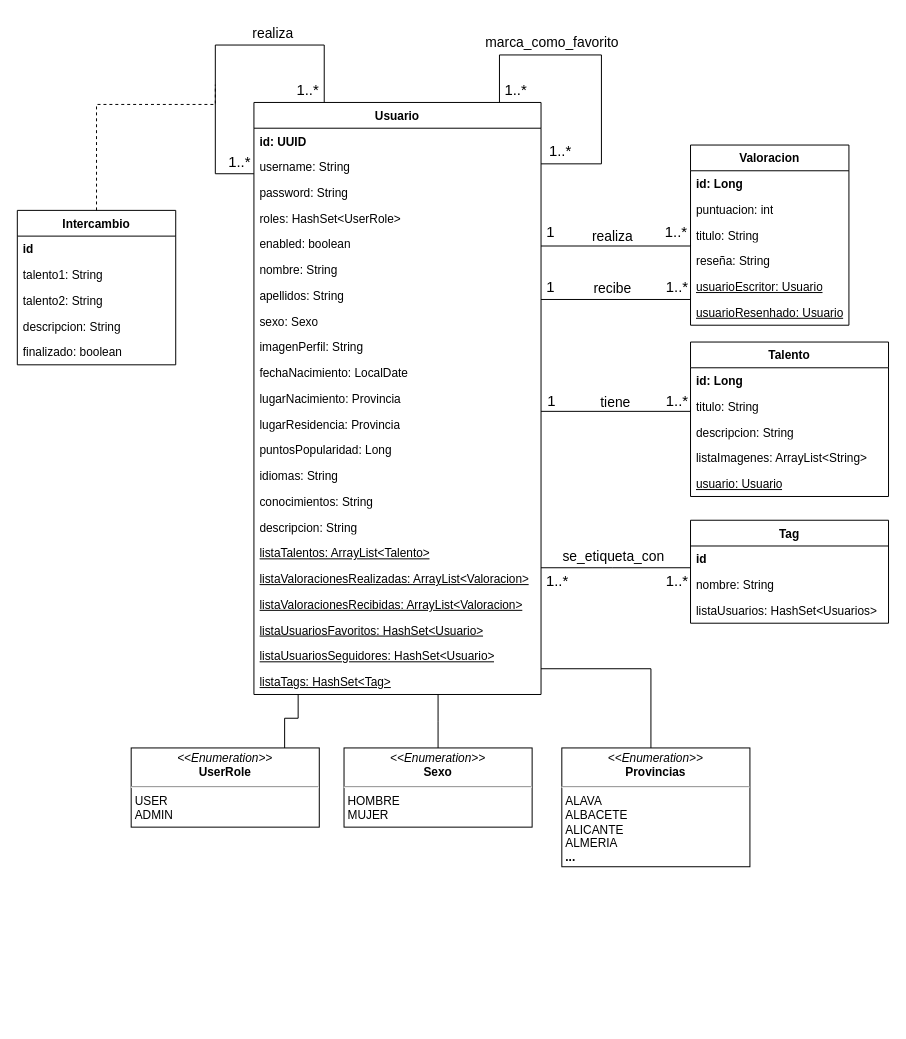
Lucasprogramyeah01/APPbility keeps this draw.io diagram as Diagramas/APPbilityDISENHO.drawio. Above is the earlier version. Source tidied: cells renumbered, new cells numbered last; positions are measured from the earlier drawing's top-left corner, leaving out a move shared by most shapes. Both pictures are drawn from the tidied source at 99%, with x=0, y=0 at pixel (17, 17).
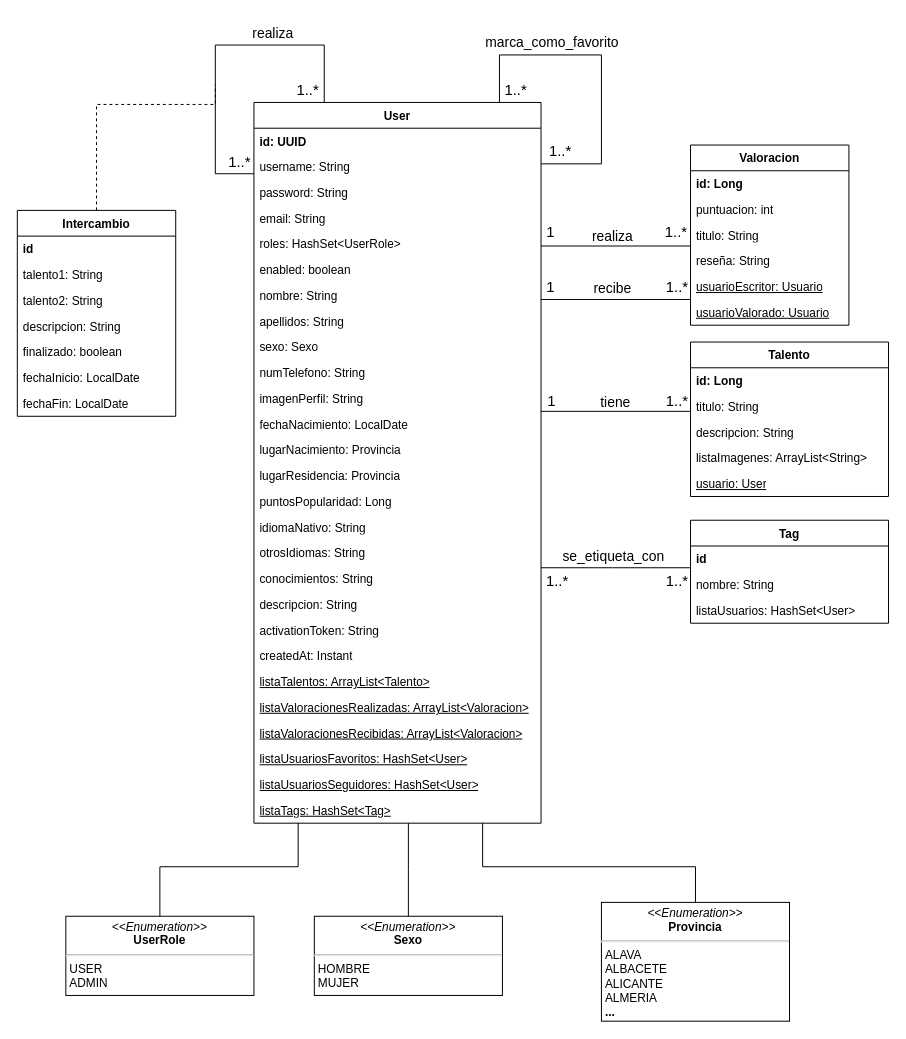
The same diagram, later.

Unchanged cells that the change refers to:
```xml
<mxCell id="25" value="Talento" style="swimlane;fontStyle=1;align=center;verticalAlign=top;horizontal=1;startSize=26;whiteSpace=wrap;html=1;" parent="1" vertex="1">
  <mxGeometry x="680" y="328" width="200" height="156" as="geometry" />
</mxCell>
<mxCell id="56" value="Valoracion" style="swimlane;fontStyle=1;align=center;verticalAlign=top;horizontal=1;startSize=26;whiteSpace=wrap;html=1;" parent="1" vertex="1">
  <mxGeometry x="680" y="129" width="160" height="182" as="geometry" />
</mxCell>
<mxCell id="69" value="Tag" style="swimlane;fontStyle=1;align=center;verticalAlign=top;horizontal=1;startSize=26;whiteSpace=wrap;html=1;" parent="1" vertex="1">
  <mxGeometry x="680" y="508" width="200" height="104" as="geometry" />
</mxCell>
```

What changed in the source:
```diff
@@
-    <mxCell id="2" value="Usuario" style="swimlane;fontStyle=1;align=center;verticalAlign=top;horizontal=1;startSize=26;whiteSpace=wrap;html=1;gradientColor=none;swimlaneFillColor=none;" parent="1" vertex="1">
-      <mxGeometry x="239" y="86" width="290" height="598" as="geometry" />
+    <mxCell id="2" value="User" style="swimlane;fontStyle=1;align=center;verticalAlign=top;horizontal=1;startSize=26;whiteSpace=wrap;html=1;gradientColor=none;swimlaneFillColor=none;" parent="1" vertex="1">
+      <mxGeometry x="239" y="86" width="290" height="728" as="geometry" />
     </mxCell>
@@
+    <mxCell id="79" value="email: String" style="text;strokeColor=none;fillColor=none;align=left;verticalAlign=top;spacingLeft=4;spacingRight=4;overflow=hidden;whiteSpace=wrap;html=1;" parent="2" vertex="1">
+      <mxGeometry y="104" width="290" height="26" as="geometry" />
+    </mxCell>
     <mxCell id="6" value="roles: HashSet&amp;lt;UserRole&amp;gt;" style="text;strokeColor=none;fillColor=none;align=left;verticalAlign=top;spacingLeft=4;spacingRight=4;overflow=hidden;whiteSpace=wrap;html=1;" parent="2" vertex="1">
-      <mxGeometry y="104" width="290" height="26" as="geometry" />
+      <mxGeometry y="130" width="290" height="26" as="geometry" />
     </mxCell>
     <mxCell id="7" value="enabled: boolean" style="text;strokeColor=none;fillColor=none;align=left;verticalAlign=top;spacingLeft=4;spacingRight=4;overflow=hidden;whiteSpace=wrap;html=1;" parent="2" vertex="1">
-      <mxGeometry y="130" width="290" height="26" as="geometry" />
+      <mxGeometry y="156" width="290" height="26" as="geometry" />
     </mxCell>
     <mxCell id="8" value="nombre: String" style="text;strokeColor=none;fillColor=none;align=left;verticalAlign=top;spacingLeft=4;spacingRight=4;overflow=hidden;whiteSpace=wrap;html=1;" parent="2" vertex="1">
-      <mxGeometry y="156" width="290" height="26" as="geometry" />
+      <mxGeometry y="182" width="290" height="26" as="geometry" />
     </mxCell>
     <mxCell id="9" value="apellidos: String" style="text;strokeColor=none;fillColor=none;align=left;verticalAlign=top;spacingLeft=4;spacingRight=4;overflow=hidden;whiteSpace=wrap;html=1;" parent="2" vertex="1">
-      <mxGeometry y="182" width="290" height="26" as="geometry" />
+      <mxGeometry y="208" width="290" height="26" as="geometry" />
     </mxCell>
     <mxCell id="10" value="sexo: Sexo" style="text;strokeColor=none;fillColor=none;align=left;verticalAlign=top;spacingLeft=4;spacingRight=4;overflow=hidden;whiteSpace=wrap;html=1;" parent="2" vertex="1">
-      <mxGeometry y="208" width="290" height="26" as="geometry" />
+      <mxGeometry y="234" width="290" height="26" as="geometry" />
     </mxCell>
+    <mxCell id="80" value="numTelefono: String" style="text;strokeColor=none;fillColor=none;align=left;verticalAlign=top;spacingLeft=4;spacingRight=4;overflow=hidden;whiteSpace=wrap;html=1;" parent="2" vertex="1">
+      <mxGeometry y="260" width="290" height="26" as="geometry" />
+    </mxCell>
     <mxCell id="11" value="imagenPerfil: String" style="text;strokeColor=none;fillColor=none;align=left;verticalAlign=top;spacingLeft=4;spacingRight=4;overflow=hidden;whiteSpace=wrap;html=1;" parent="2" vertex="1">
-      <mxGeometry y="234" width="290" height="26" as="geometry" />
+      <mxGeometry y="286" width="290" height="26" as="geometry" />
     </mxCell>
     <mxCell id="12" value="fechaNacimiento: LocalDate" style="text;strokeColor=none;fillColor=none;align=left;verticalAlign=top;spacingLeft=4;spacingRight=4;overflow=hidden;whiteSpace=wrap;html=1;" parent="2" vertex="1">
-      <mxGeometry y="260" width="290" height="26" as="geometry" />
+      <mxGeometry y="312" width="290" height="26" as="geometry" />
     </mxCell>
     <mxCell id="13" value="lugarNacimiento: Provincia" style="text;strokeColor=none;fillColor=none;align=left;verticalAlign=top;spacingLeft=4;spacingRight=4;overflow=hidden;whiteSpace=wrap;html=1;" parent="2" vertex="1">
-      <mxGeometry y="286" width="290" height="26" as="geometry" />
+      <mxGeometry y="338" width="290" height="26" as="geometry" />
     </mxCell>
     <mxCell id="14" value="lugarResidencia: Provincia" style="text;strokeColor=none;fillColor=none;align=left;verticalAlign=top;spacingLeft=4;spacingRight=4;overflow=hidden;whiteSpace=wrap;html=1;" parent="2" vertex="1">
-      <mxGeometry y="312" width="290" height="26" as="geometry" />
+      <mxGeometry y="364" width="290" height="26" as="geometry" />
     </mxCell>
     <mxCell id="15" value="puntosPopularidad: Long" style="text;strokeColor=none;fillColor=none;align=left;verticalAlign=top;spacingLeft=4;spacingRight=4;overflow=hidden;whiteSpace=wrap;html=1;" parent="2" vertex="1">
-      <mxGeometry y="338" width="290" height="26" as="geometry" />
+      <mxGeometry y="390" width="290" height="26" as="geometry" />
     </mxCell>
-    <mxCell id="16" value="idiomas: String" style="text;strokeColor=none;fillColor=none;align=left;verticalAlign=top;spacingLeft=4;spacingRight=4;overflow=hidden;whiteSpace=wrap;html=1;" parent="2" vertex="1">
-      <mxGeometry y="364" width="290" height="26" as="geometry" />
+    <mxCell id="16" value="idiomaNativo: String" style="text;strokeColor=none;fillColor=none;align=left;verticalAlign=top;spacingLeft=4;spacingRight=4;overflow=hidden;whiteSpace=wrap;html=1;" parent="2" vertex="1">
+      <mxGeometry y="416" width="290" height="26" as="geometry" />
     </mxCell>
+    <mxCell id="81" value="otrosIdiomas: String" style="text;strokeColor=none;fillColor=none;align=left;verticalAlign=top;spacingLeft=4;spacingRight=4;overflow=hidden;whiteSpace=wrap;html=1;" parent="2" vertex="1">
+      <mxGeometry y="442" width="290" height="26" as="geometry" />
+    </mxCell>
     <mxCell id="17" value="conocimientos: String" style="text;strokeColor=none;fillColor=none;align=left;verticalAlign=top;spacingLeft=4;spacingRight=4;overflow=hidden;whiteSpace=wrap;html=1;" parent="2" vertex="1">
-      <mxGeometry y="390" width="290" height="26" as="geometry" />
+      <mxGeometry y="468" width="290" height="26" as="geometry" />
     </mxCell>
     <mxCell id="18" value="descripcion: String" style="text;strokeColor=none;fillColor=none;align=left;verticalAlign=top;spacingLeft=4;spacingRight=4;overflow=hidden;whiteSpace=wrap;html=1;" parent="2" vertex="1">
-      <mxGeometry y="416" width="290" height="26" as="geometry" />
+      <mxGeometry y="494" width="290" height="26" as="geometry" />
     </mxCell>
+    <mxCell id="82" value="activationToken: String" style="text;strokeColor=none;fillColor=none;align=left;verticalAlign=top;spacingLeft=4;spacingRight=4;overflow=hidden;whiteSpace=wrap;html=1;" parent="2" vertex="1">
+      <mxGeometry y="520" width="290" height="26" as="geometry" />
+    </mxCell>
+    <mxCell id="83" value="createdAt: Instant" style="text;strokeColor=none;fillColor=none;align=left;verticalAlign=top;spacingLeft=4;spacingRight=4;overflow=hidden;whiteSpace=wrap;html=1;" parent="2" vertex="1">
+      <mxGeometry y="546" width="290" height="26" as="geometry" />
+    </mxCell>
     <mxCell id="19" value="&lt;u&gt;listaTalentos: ArrayList&amp;lt;Talento&amp;gt;&lt;/u&gt;" style="text;strokeColor=none;fillColor=none;align=left;verticalAlign=top;spacingLeft=4;spacingRight=4;overflow=hidden;whiteSpace=wrap;html=1;" parent="2" vertex="1">
-      <mxGeometry y="442" width="290" height="26" as="geometry" />
+      <mxGeometry y="572" width="290" height="26" as="geometry" />
     </mxCell>
     <mxCell id="20" value="&lt;u&gt;listaValoracionesRealizadas: ArrayList&amp;lt;Valoracion&amp;gt;&lt;/u&gt;" style="text;strokeColor=none;fillColor=none;align=left;verticalAlign=top;spacingLeft=4;spacingRight=4;overflow=hidden;whiteSpace=wrap;html=1;" parent="2" vertex="1">
-      <mxGeometry y="468" width="290" height="26" as="geometry" />
+      <mxGeometry y="598" width="290" height="26" as="geometry" />
     </mxCell>
     <mxCell id="21" value="&lt;u&gt;listaValoracionesRecibidas: ArrayList&amp;lt;Valoracion&amp;gt;&lt;/u&gt;" style="text;strokeColor=none;fillColor=none;align=left;verticalAlign=top;spacingLeft=4;spacingRight=4;overflow=hidden;whiteSpace=wrap;html=1;" parent="2" vertex="1">
-      <mxGeometry y="494" width="290" height="26" as="geometry" />
+      <mxGeometry y="624" width="290" height="26" as="geometry" />
     </mxCell>
-    <mxCell id="22" value="&lt;u&gt;listaUsuariosFavoritos: HashSet&amp;lt;Usuario&amp;gt;&lt;/u&gt;" style="text;strokeColor=none;fillColor=none;align=left;verticalAlign=top;spacingLeft=4;spacingRight=4;overflow=hidden;whiteSpace=wrap;html=1;" parent="2" vertex="1">
-      <mxGeometry y="520" width="290" height="26" as="geometry" />
+    <mxCell id="22" value="&lt;u&gt;listaUsuariosFavoritos: HashSet&amp;lt;User&amp;gt;&lt;/u&gt;" style="text;strokeColor=none;fillColor=none;align=left;verticalAlign=top;spacingLeft=4;spacingRight=4;overflow=hidden;whiteSpace=wrap;html=1;" parent="2" vertex="1">
+      <mxGeometry y="650" width="290" height="26" as="geometry" />
     </mxCell>
-    <mxCell id="23" value="&lt;u&gt;listaUsuariosSeguidores: HashSet&amp;lt;Usuario&amp;gt;&lt;/u&gt;" style="text;strokeColor=none;fillColor=none;align=left;verticalAlign=top;spacingLeft=4;spacingRight=4;overflow=hidden;whiteSpace=wrap;html=1;" parent="2" vertex="1">
-      <mxGeometry y="546" width="290" height="26" as="geometry" />
+    <mxCell id="23" value="&lt;u&gt;listaUsuariosSeguidores: HashSet&amp;lt;User&amp;gt;&lt;/u&gt;" style="text;strokeColor=none;fillColor=none;align=left;verticalAlign=top;spacingLeft=4;spacingRight=4;overflow=hidden;whiteSpace=wrap;html=1;" parent="2" vertex="1">
+      <mxGeometry y="676" width="290" height="26" as="geometry" />
     </mxCell>
     <mxCell id="24" value="&lt;u&gt;listaTags: HashSet&amp;lt;Tag&amp;gt;&lt;/u&gt;" style="text;strokeColor=none;fillColor=none;align=left;verticalAlign=top;spacingLeft=4;spacingRight=4;overflow=hidden;points=[[0,0.5],[1,0.5]];portConstraint=eastwest;whiteSpace=wrap;html=1;" parent="2" vertex="1">
-      <mxGeometry y="572" width="290" height="26" as="geometry" />
+      <mxGeometry y="702" width="290" height="26" as="geometry" />
     </mxCell>
@@
-    <mxCell id="30" value="&lt;u&gt;usuario: Usuario&lt;/u&gt;" style="text;strokeColor=none;fillColor=none;align=left;verticalAlign=top;spacingLeft=4;spacingRight=4;overflow=hidden;whiteSpace=wrap;html=1;" parent="25" vertex="1">
+    <mxCell id="30" value="&lt;u&gt;usuario: User&lt;/u&gt;" style="text;strokeColor=none;fillColor=none;align=left;verticalAlign=top;spacingLeft=4;spacingRight=4;overflow=hidden;whiteSpace=wrap;html=1;" parent="25" vertex="1">
       <mxGeometry y="130" width="200" height="26" as="geometry" />
     </mxCell>
@@
     <mxCell id="42" value="Intercambio" style="swimlane;fontStyle=1;align=center;verticalAlign=top;horizontal=1;startSize=26;whiteSpace=wrap;html=1;" parent="1" vertex="1">
-      <mxGeometry y="195" width="160" height="156" as="geometry" />
+      <mxGeometry y="195" width="160" height="208" as="geometry" />
     </mxCell>
@@
+    <mxCell id="84" value="fechaInicio: LocalDate" style="text;strokeColor=none;fillColor=none;align=left;verticalAlign=top;spacingLeft=4;spacingRight=4;overflow=hidden;whiteSpace=wrap;html=1;" parent="42" vertex="1">
+      <mxGeometry y="156" width="160" height="26" as="geometry" />
+    </mxCell>
+    <mxCell id="85" value="fechaFin: LocalDate" style="text;strokeColor=none;fillColor=none;align=left;verticalAlign=top;spacingLeft=4;spacingRight=4;overflow=hidden;whiteSpace=wrap;html=1;" parent="42" vertex="1">
+      <mxGeometry y="182" width="160" height="26" as="geometry" />
+    </mxCell>
@@
     <mxCell id="54" value="&lt;p style=&quot;margin:0px;margin-top:4px;text-align:center;&quot;&gt;&lt;i&gt;&amp;lt;&amp;lt;Enumeration&amp;gt;&amp;gt;&lt;/i&gt;&lt;br&gt;&lt;b&gt;UserRole&lt;/b&gt;&lt;/p&gt;&lt;hr&gt;&lt;p style=&quot;margin:0px;margin-left:4px;&quot;&gt;USER&lt;/p&gt;&lt;p style=&quot;margin:0px;margin-left:4px;&quot;&gt;ADMIN&lt;/p&gt;" style="verticalAlign=top;align=left;overflow=fill;html=1;whiteSpace=wrap;strokeColor=default;" parent="1" vertex="1">
-      <mxGeometry x="115" y="738" width="190" height="80" as="geometry" />
+      <mxGeometry x="49" y="908" width="190" height="80" as="geometry" />
     </mxCell>
     <mxCell id="55" style="endArrow=none;html=1;rounded=0;edgeStyle=elbowEdgeStyle;elbow=vertical;entryX=0.154;entryY=0.985;entryDx=0;entryDy=0;entryPerimeter=0;" parent="1" edge="1" source="54" target="24">
       <mxGeometry relative="1" as="geometry">
         <Array as="points">
-          <mxPoint x="270" y="708" />
+          <mxPoint x="144" y="858" />
         </Array>
       </mxGeometry>
     </mxCell>
@@
-    <mxCell id="62" value="&lt;u&gt;usuarioResenhado: Usuario&lt;/u&gt;" style="text;strokeColor=none;fillColor=none;align=left;verticalAlign=top;spacingLeft=4;spacingRight=4;overflow=hidden;whiteSpace=wrap;html=1;" parent="56" vertex="1">
+    <mxCell id="62" value="&lt;u&gt;usuarioValorado: Usuario&lt;/u&gt;" style="text;strokeColor=none;fillColor=none;align=left;verticalAlign=top;spacingLeft=4;spacingRight=4;overflow=hidden;whiteSpace=wrap;html=1;" parent="56" vertex="1">
       <mxGeometry y="156" width="160" height="26" as="geometry" />
     </mxCell>
@@
-    <mxCell id="67" value="&lt;p style=&quot;margin:0px;margin-top:4px;text-align:center;&quot;&gt;&lt;i&gt;&amp;lt;&amp;lt;Enumeration&amp;gt;&amp;gt;&lt;/i&gt;&lt;br&gt;&lt;b&gt;Provincias&lt;/b&gt;&lt;/p&gt;&lt;hr&gt;&lt;p style=&quot;margin:0px;margin-left:4px;&quot;&gt;ALAVA&lt;/p&gt;&lt;p style=&quot;margin:0px;margin-left:4px;&quot;&gt;ALBACETE&lt;/p&gt;&lt;p style=&quot;margin:0px;margin-left:4px;&quot;&gt;ALICANTE&lt;/p&gt;&lt;p style=&quot;margin:0px;margin-left:4px;&quot;&gt;ALMERIA&lt;/p&gt;&lt;p style=&quot;margin:0px;margin-left:4px;&quot;&gt;&lt;b&gt;...&lt;/b&gt;&lt;/p&gt;" style="verticalAlign=top;align=left;overflow=fill;html=1;whiteSpace=wrap;strokeColor=default;" parent="1" vertex="1">
-      <mxGeometry x="550" y="738" width="190" height="120" as="geometry" />
+    <mxCell id="67" value="&lt;p style=&quot;margin:0px;margin-top:4px;text-align:center;&quot;&gt;&lt;i&gt;&amp;lt;&amp;lt;Enumeration&amp;gt;&amp;gt;&lt;/i&gt;&lt;br&gt;&lt;b&gt;Provincia&lt;/b&gt;&lt;/p&gt;&lt;hr&gt;&lt;p style=&quot;margin:0px;margin-left:4px;&quot;&gt;ALAVA&lt;/p&gt;&lt;p style=&quot;margin:0px;margin-left:4px;&quot;&gt;ALBACETE&lt;/p&gt;&lt;p style=&quot;margin:0px;margin-left:4px;&quot;&gt;ALICANTE&lt;/p&gt;&lt;p style=&quot;margin:0px;margin-left:4px;&quot;&gt;ALMERIA&lt;/p&gt;&lt;p style=&quot;margin:0px;margin-left:4px;&quot;&gt;&lt;b&gt;...&lt;/b&gt;&lt;/p&gt;" style="verticalAlign=top;align=left;overflow=fill;html=1;whiteSpace=wrap;strokeColor=default;" parent="1" vertex="1">
+      <mxGeometry x="590" y="894" width="190" height="120" as="geometry" />
     </mxCell>
-    <mxCell id="68" style="endArrow=none;html=1;rounded=0;edgeStyle=elbowEdgeStyle;" parent="1" edge="1" source="67">
+    <mxCell id="68" style="endArrow=none;html=1;rounded=0;edgeStyle=elbowEdgeStyle;exitX=0.5;exitY=0;exitDx=0;exitDy=0;elbow=vertical;" parent="1" edge="1">
       <mxGeometry relative="1" as="geometry">
-        <mxPoint x="529" y="658" as="targetPoint" />
+        <mxPoint x="685" y="894" as="sourcePoint" />
+        <mxPoint x="470" y="814" as="targetPoint" />
         <Array as="points">
-          <mxPoint x="640" y="705" />
+          <mxPoint x="580" y="858" />
         </Array>
       </mxGeometry>
     </mxCell>
@@
-    <mxCell id="72" value="listaUsuarios: HashSet&amp;lt;Usuarios&amp;gt;" style="text;strokeColor=none;fillColor=none;align=left;verticalAlign=top;spacingLeft=4;spacingRight=4;overflow=hidden;whiteSpace=wrap;html=1;" parent="69" vertex="1">
+    <mxCell id="72" value="listaUsuarios: HashSet&amp;lt;User&amp;gt;" style="text;strokeColor=none;fillColor=none;align=left;verticalAlign=top;spacingLeft=4;spacingRight=4;overflow=hidden;whiteSpace=wrap;html=1;" parent="69" vertex="1">
       <mxGeometry y="78" width="200" height="26" as="geometry" />
     </mxCell>
@@
     <mxCell id="75" value="&lt;p style=&quot;margin:0px;margin-top:4px;text-align:center;&quot;&gt;&lt;i&gt;&amp;lt;&amp;lt;Enumeration&amp;gt;&amp;gt;&lt;/i&gt;&lt;br&gt;&lt;b&gt;Sexo&lt;/b&gt;&lt;/p&gt;&lt;hr&gt;&lt;p style=&quot;margin:0px;margin-left:4px;&quot;&gt;HOMBRE&lt;/p&gt;&lt;p style=&quot;margin:0px;margin-left:4px;&quot;&gt;MUJER&lt;/p&gt;" style="verticalAlign=top;align=left;overflow=fill;html=1;whiteSpace=wrap;strokeColor=default;" parent="1" vertex="1">
-      <mxGeometry x="330" y="738" width="190" height="80" as="geometry" />
+      <mxGeometry x="300" y="908" width="190" height="80" as="geometry" />
     </mxCell>
```
